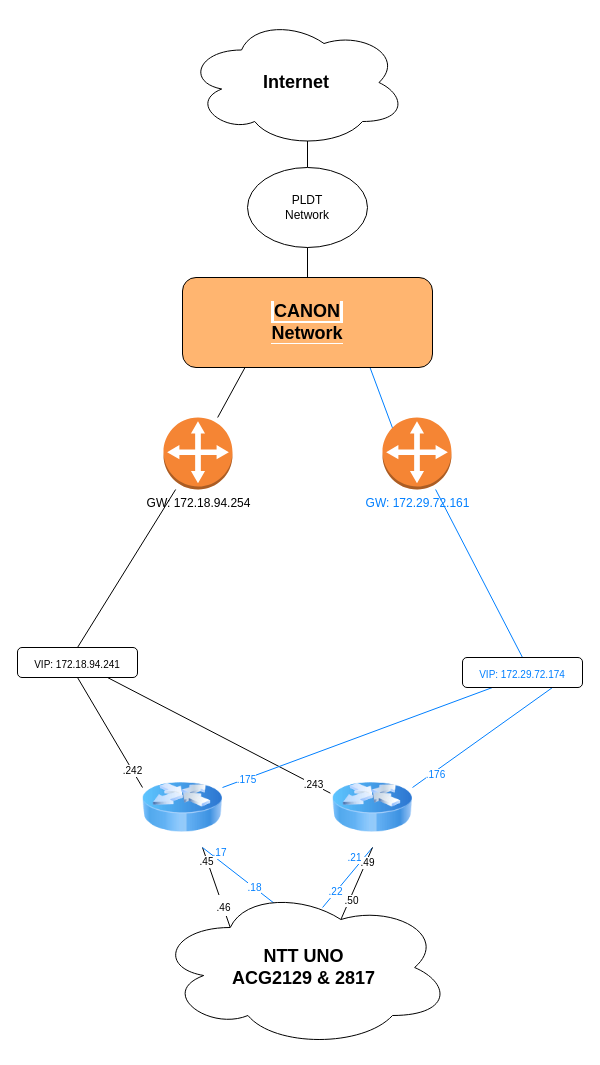
Earlier version of the draw.io diagram Canon-mind draw-topology.drawio (henry1212/henry1212.github.io). Source tidied: cells renumbered, new cells numbered last; positions are measured from the earlier drawing's top-left corner, leaving out a move shared by most shapes. Both pictures are drawn from the tidied source at 100%, with x=0, y=0 at pixel (17, 17).
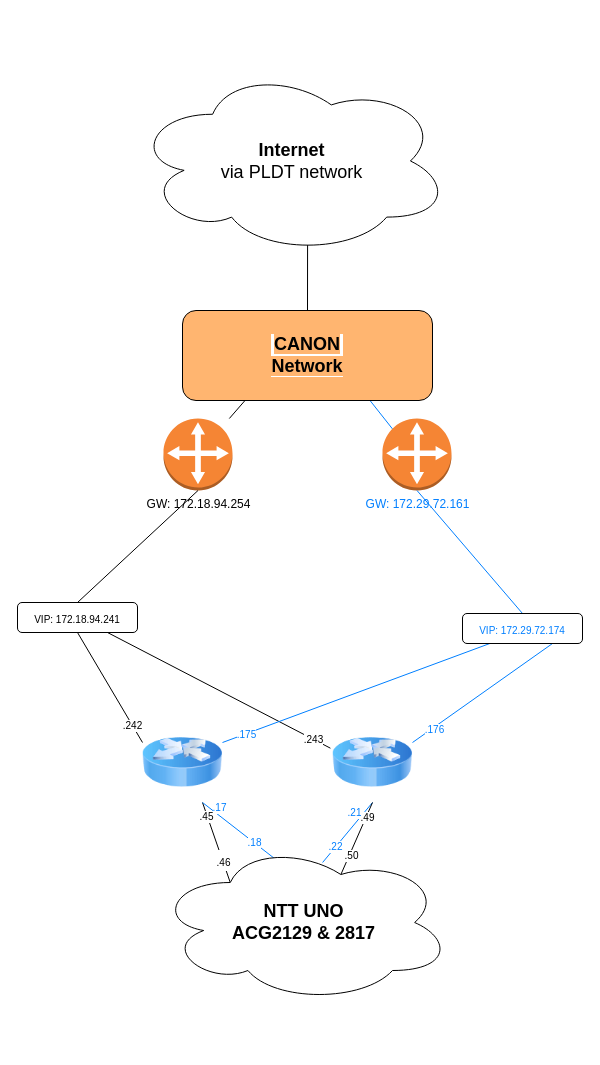
The same page after the edit.

Change to the diagram source:
```diff
@@
-    <mxCell id="2" value="&lt;font style=&quot;font-size: 18px;&quot;&gt;&lt;b&gt;Internet&lt;/b&gt;&lt;/font&gt;" style="ellipse;shape=cloud;whiteSpace=wrap;html=1;" parent="1" vertex="1">
-      <mxGeometry x="169" width="220" height="130" as="geometry" />
+    <mxCell id="2" value="&lt;font style=&quot;font-size: 18px;&quot;&gt;&lt;b&gt;Internet&lt;/b&gt;&lt;br&gt;via PLDT network&lt;br&gt;&lt;/font&gt;" style="ellipse;shape=cloud;whiteSpace=wrap;html=1;" parent="1" vertex="1">
+      <mxGeometry x="116" y="50" width="316.5" height="187" as="geometry" />
     </mxCell>
-    <mxCell id="3" style="edgeStyle=none;rounded=0;jettySize=auto;html=1;exitX=0.5;exitY=0;exitDx=0;exitDy=0;entryX=0.55;entryY=0.95;entryDx=0;entryDy=0;entryPerimeter=0;strokeColor=#000000;fontSize=10;fontColor=#007FFF;endArrow=none;endFill=0;" parent="1" edge="1" source="4" target="2">
-      <mxGeometry relative="1" as="geometry" />
-    </mxCell>
-    <mxCell id="4" value="PLDT&lt;br&gt;Network" style="ellipse;whiteSpace=wrap;html=1;" parent="1" vertex="1">
-      <mxGeometry x="230" y="150" width="120" height="80" as="geometry" />
-    </mxCell>
@@
     <mxCell id="11" style="image;html=1;image=img/lib/clip_art/networking/Router_Icon_128x128.png;" parent="1" vertex="1">
-      <mxGeometry x="125" y="750" width="80" height="80" as="geometry" />
+      <mxGeometry x="125" y="705" width="80" height="80" as="geometry" />
     </mxCell>
@@
     <mxCell id="18" style="image;html=1;image=img/lib/clip_art/networking/Router_Icon_128x128.png;" parent="1" vertex="1">
-      <mxGeometry x="315" y="750" width="80" height="80" as="geometry" />
+      <mxGeometry x="315" y="705" width="80" height="80" as="geometry" />
     </mxCell>
@@
     <mxCell id="20" value="GW:&amp;nbsp;172.18.94.254" style="outlineConnect=0;dashed=0;verticalLabelPosition=bottom;verticalAlign=top;align=center;html=1;shape=mxgraph.aws3.customer_gateway;fillColor=#F58534;gradientColor=none;" parent="1" vertex="1">
-      <mxGeometry x="146" y="400" width="69" height="72" as="geometry" />
+      <mxGeometry x="146" y="401" width="69" height="72" as="geometry" />
     </mxCell>
@@
     <mxCell id="22" value="&lt;font style=&quot;background-color: rgb(255, 255, 255);&quot; color=&quot;#007fff&quot;&gt;GW:&amp;nbsp;172.29.72.161&lt;/font&gt;" style="outlineConnect=0;dashed=0;verticalLabelPosition=bottom;verticalAlign=top;align=center;html=1;shape=mxgraph.aws3.customer_gateway;fillColor=#F58534;gradientColor=none;" parent="1" vertex="1">
-      <mxGeometry x="365" y="400" width="69" height="72" as="geometry" />
+      <mxGeometry x="365" y="401" width="69" height="72" as="geometry" />
     </mxCell>
     <mxCell id="23" value="&lt;font style=&quot;font-size: 18px;&quot;&gt;&lt;b&gt;NTT UNO&lt;br&gt;ACG2129 &amp;amp; 2817&lt;/b&gt;&lt;/font&gt;" style="ellipse;shape=cloud;whiteSpace=wrap;html=1;" parent="1" vertex="1">
-      <mxGeometry x="139" y="870" width="295" height="160" as="geometry" />
+      <mxGeometry x="139" y="825" width="295" height="160" as="geometry" />
     </mxCell>
@@
-    <mxCell id="28" style="edgeStyle=none;rounded=0;jettySize=auto;html=1;exitX=0.5;exitY=0;exitDx=0;exitDy=0;strokeColor=#000000;fontSize=10;fontColor=#007FFF;endArrow=none;endFill=0;" parent="1" edge="1" source="29" target="20">
+    <mxCell id="28" style="edgeStyle=none;rounded=0;jettySize=auto;html=1;exitX=0.5;exitY=0;exitDx=0;exitDy=0;strokeColor=#000000;fontSize=10;fontColor=#007FFF;endArrow=none;endFill=0;entryX=0.5;entryY=1;entryDx=0;entryDy=0;entryPerimeter=0;" parent="1" edge="1" source="29" target="20">
       <mxGeometry relative="1" as="geometry" />
     </mxCell>
     <mxCell id="29" value="&lt;font style=&quot;font-size: 10px;&quot;&gt;VIP: 172.18.94.241&lt;/font&gt;" style="rounded=1;whiteSpace=wrap;html=1;labelBackgroundColor=#FFFFFF;fontSize=18;fontColor=#000000;" parent="1" vertex="1">
-      <mxGeometry y="630" width="120" height="30" as="geometry" />
+      <mxGeometry y="585" width="120" height="30" as="geometry" />
     </mxCell>
-    <mxCell id="30" style="edgeStyle=none;rounded=0;jettySize=auto;html=1;exitX=0.25;exitY=1;exitDx=0;exitDy=0;entryX=1;entryY=0.25;entryDx=0;entryDy=0;strokeColor=#007FFF;fontSize=10;fontColor=#007FFF;endArrow=none;endFill=0;" parent="1" edge="1" source="35" target="11">
-      <mxGeometry relative="1" as="geometry" />
+    <mxCell id="30" style="edgeStyle=none;rounded=0;jettySize=auto;html=1;exitX=0.25;exitY=1;exitDx=0;exitDy=0;entryX=1;entryY=0.25;entryDx=0;entryDy=0;strokeColor=#007FFF;fontSize=10;fontColor=#007FFF;endArrow=none;endFill=0;" parent="1" edge="1" target="11">
+      <mxGeometry relative="1" as="geometry">
+        <mxPoint x="475" y="625" as="sourcePoint" />
+      </mxGeometry>
     </mxCell>
@@
-    <mxCell id="34" style="edgeStyle=none;rounded=0;jettySize=auto;html=1;exitX=0.5;exitY=0;exitDx=0;exitDy=0;strokeColor=#007FFF;fontSize=10;fontColor=#007FFF;endArrow=none;endFill=0;" parent="1" edge="1" source="35" target="22">
+    <mxCell id="34" style="edgeStyle=none;rounded=0;jettySize=auto;html=1;exitX=0.5;exitY=0;exitDx=0;exitDy=0;strokeColor=#007FFF;fontSize=10;fontColor=#007FFF;endArrow=none;endFill=0;entryX=0.5;entryY=1;entryDx=0;entryDy=0;entryPerimeter=0;" parent="1" edge="1" source="35" target="22">
       <mxGeometry relative="1" as="geometry" />
     </mxCell>
     <mxCell id="35" value="&lt;font color=&quot;#007fff&quot; style=&quot;font-size: 10px;&quot;&gt;VIP: 172.29.72.174&lt;/font&gt;" style="rounded=1;whiteSpace=wrap;html=1;labelBackgroundColor=#FFFFFF;fontSize=18;fontColor=#000000;" parent="1" vertex="1">
-      <mxGeometry x="445" y="640" width="120" height="30" as="geometry" />
+      <mxGeometry x="445" y="596" width="120" height="30" as="geometry" />
     </mxCell>
-    <mxCell id="36" style="edgeStyle=none;rounded=0;jettySize=auto;html=1;exitX=0.5;exitY=0;exitDx=0;exitDy=0;entryX=0.5;entryY=1;entryDx=0;entryDy=0;strokeColor=#000000;fontSize=10;fontColor=#007FFF;endArrow=none;endFill=0;" parent="1" edge="1" source="37" target="4">
+    <mxCell id="36" style="edgeStyle=none;rounded=0;jettySize=auto;html=1;exitX=0.5;exitY=0;exitDx=0;exitDy=0;entryX=0.55;entryY=0.95;entryDx=0;entryDy=0;strokeColor=#000000;fontSize=10;fontColor=#007FFF;endArrow=none;endFill=0;entryPerimeter=0;" parent="1" edge="1" source="37" target="2">
       <mxGeometry relative="1" as="geometry" />
     </mxCell>
     <mxCell id="37" value="&lt;span style=&quot;font-size: 18px; background-color: rgb(255, 181, 112);&quot;&gt;&lt;b&gt;CANON&lt;br&gt;Network&lt;/b&gt;&lt;/span&gt;" style="rounded=1;whiteSpace=wrap;html=1;labelBackgroundColor=#FFFFFF;strokeColor=#000000;fontSize=10;fontColor=#000000;fillColor=#FFB570;" parent="1" vertex="1">
-      <mxGeometry x="165" y="260" width="250" height="90" as="geometry" />
+      <mxGeometry x="165" y="293" width="250" height="90" as="geometry" />
     </mxCell>
```
